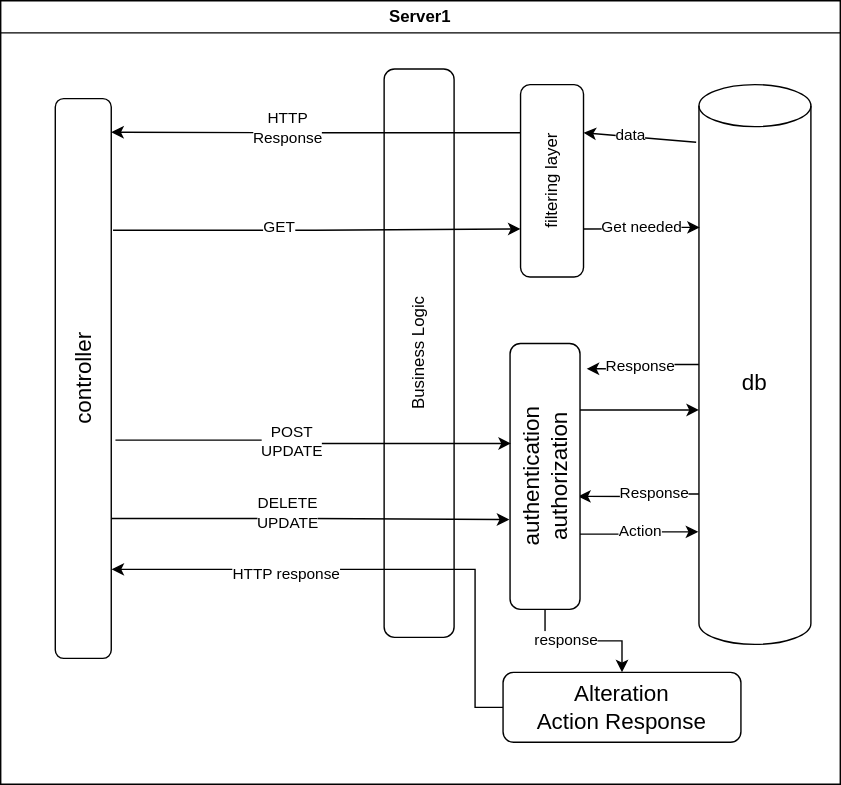
Earlier version of the draw.io export etc/imgs/system-desgin.drawio.svg (Abdullah-Khawahir/clinics-schedules). Source tidied: cells renumbered, new cells last; positions are measured from the earlier drawing's top-left corner, leaving out a move shared by most shapes.
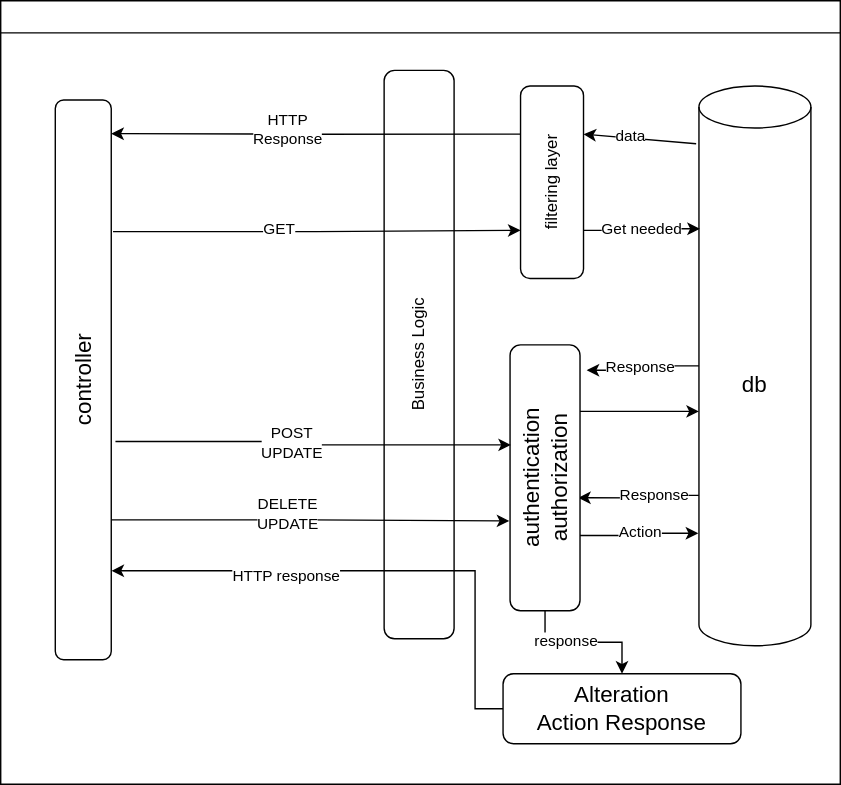
Later version of the same file.

Diff of the diagram source:
```diff
@@ -111,8 +111,8 @@
     <mxCell id="30" value="&lt;div&gt;Alteration&lt;/div&gt;&lt;div&gt;Action Response&lt;br&gt;&lt;/div&gt;" style="whiteSpace=wrap;html=1;fontSize=16;rounded=1;" parent="1" vertex="1">
       <mxGeometry x="500" y="480" width="170" height="50" as="geometry" />
     </mxCell>
-    <mxCell id="31" value="&lt;div&gt;Server1&lt;/div&gt;" style="swimlane;whiteSpace=wrap;html=1;" parent="1" vertex="1">
-      <mxGeometry x="141" width="600" height="560" as="geometry" />
+    <mxCell id="31" style="swimlane;whiteSpace=wrap;html=1;" parent="1" vertex="1">
+      <mxGeometry x="141" y="-1" width="600" height="560" as="geometry" />
     </mxCell>
   </root>
 </mxGraphModel>
```
